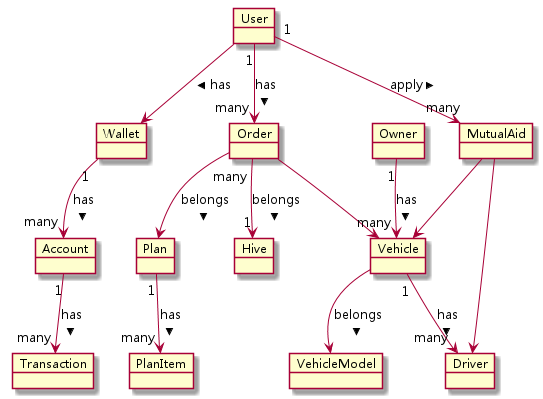
Before: img/models.png, a diagram exported from PlantUML (titan/hive-quotation-service).
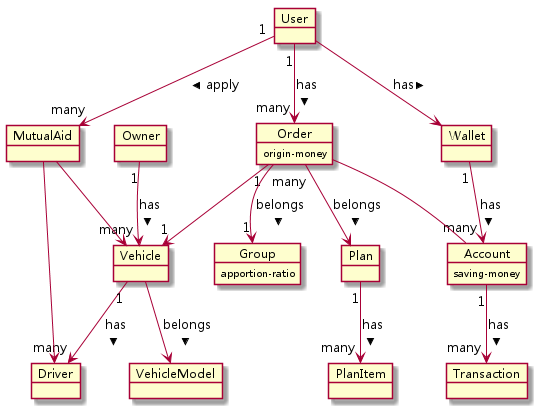
After the commit.

Commit message:
Rename hive to group in model structure

Diff of the diagram source:
```diff
@@ -1,6 +1,8 @@
 @startuml
 object User
-object Hive
+object Group {
+  apportion-ratio
+}
 object Plan
 object PlanItem
 object Owner
@@ -10,14 +12,20 @@
 object MutualAid
 object Wallet
 object Transaction
+object Order {
+  origin-money
+}
+object Account {
+  saving-money
+}
 
 User "1" --> "many" Order : has >
 
 User --> Wallet : has >
 
 Order --> Plan : belongs >
-Order --> Vehicle
-Order "many" --> "1" Hive : belongs >
+Order "1" --> "1" Vehicle
+Order "many" --> "1" Group : belongs >
 
 Owner "1" --> "many" Vehicle : has >
 
@@ -30,6 +38,7 @@
 
 Wallet "1" --> "many" Account : has >
 Account "1" --> "many" Transaction : has >
+Order -- Account
 
 MutualAid --> Driver
 MutualAid --> Vehicle
```
